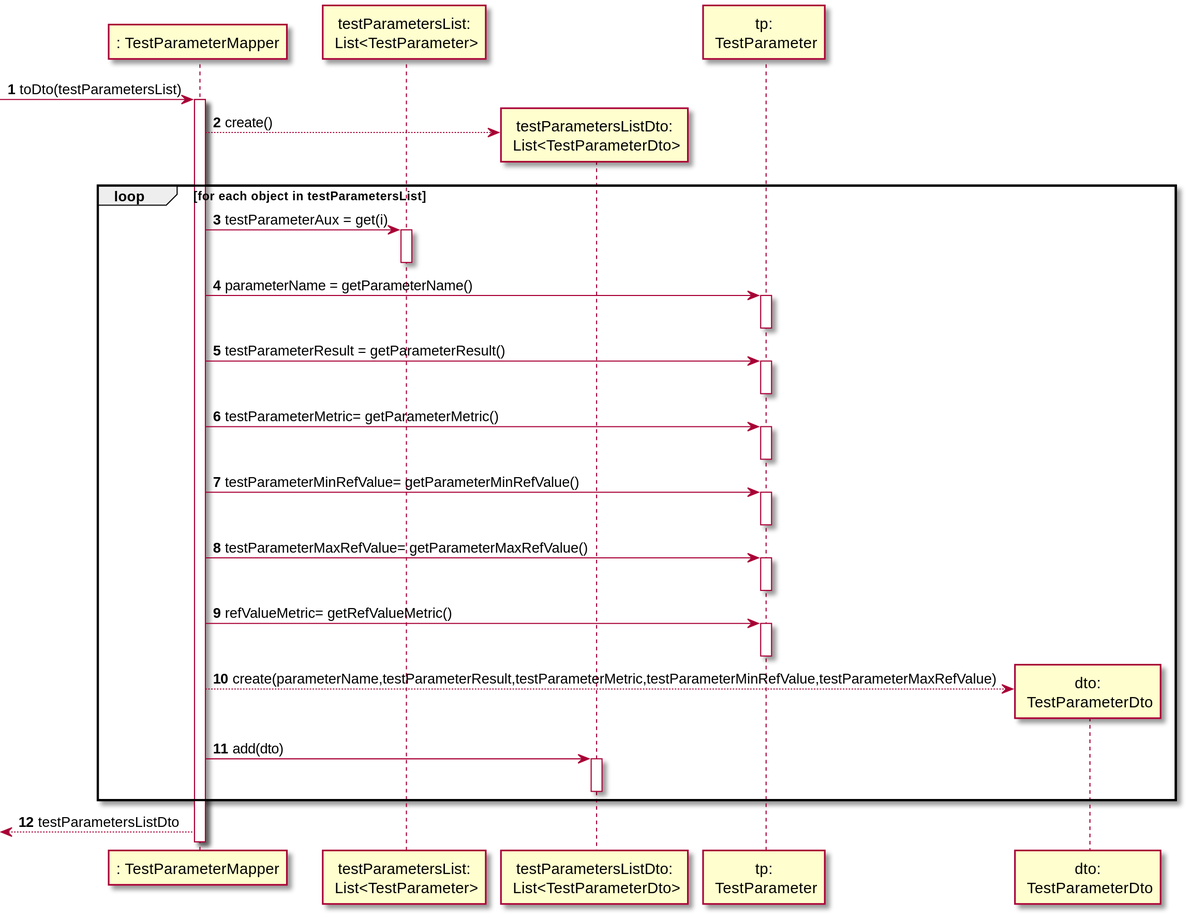
Earlier version of the PlantUML export docs/SprintC/US14/SD_TestParameterMapper_toDto_List.svg (manu-07-ela/LAPR2_ISEP).
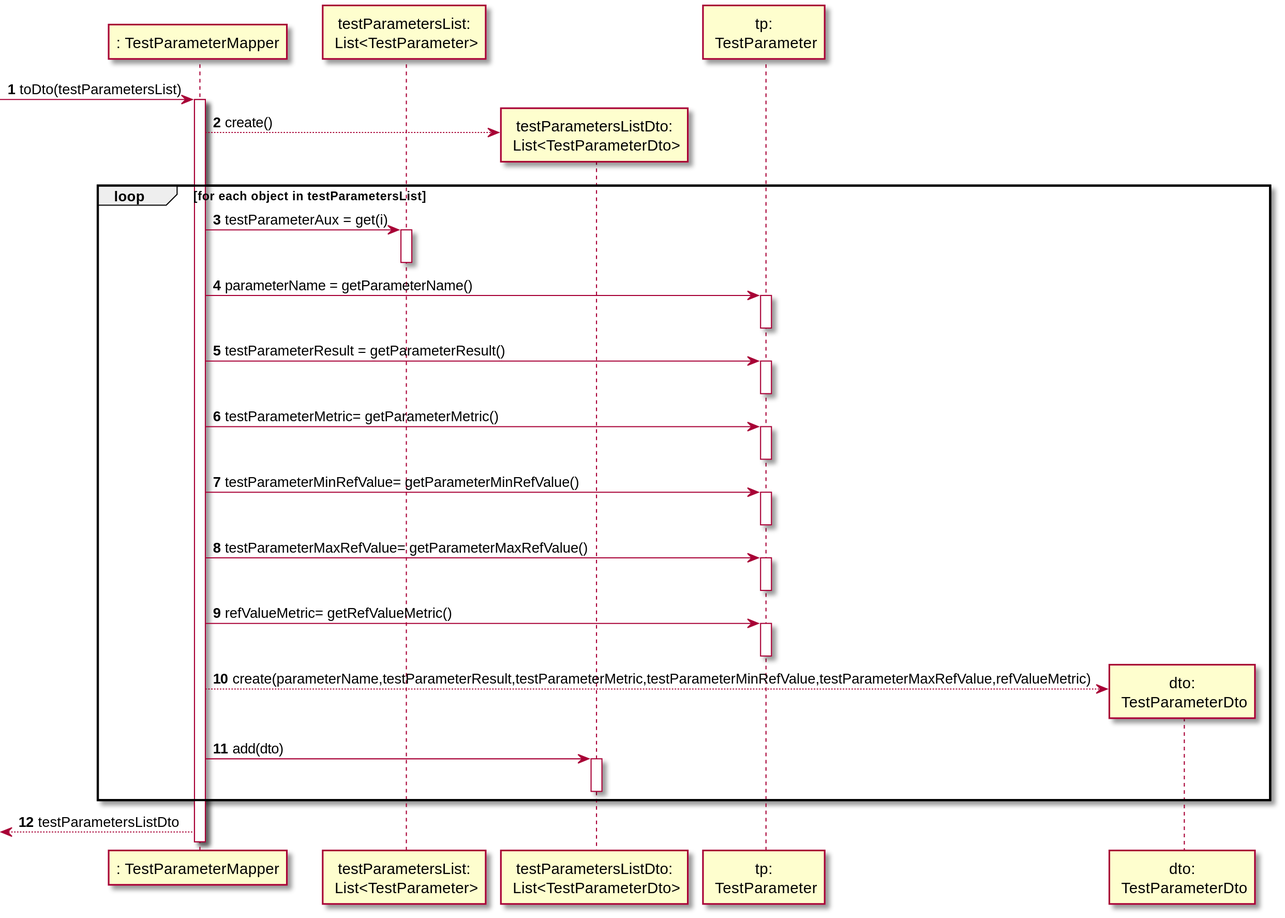
After the change.

Change to the diagram source:
```diff
@@ -32,7 +32,7 @@
 Mapper -> TP: refValueMetric= getRefValueMetric()
 activate TP
 deactivate TP
-Mapper --> TPDto** : create(parameterName,testParameterResult,testParameterMetric,testParameterMinRefValue,testParameterMaxRefValue)
+Mapper --> TPDto** : create(parameterName,testParameterResult,testParameterMetric,testParameterMinRefValue,testParameterMaxRefValue,refValueMetric)
 Mapper -> lTPDto : add(dto)
 activate lTPDto
 deactivate lTPDto
```
